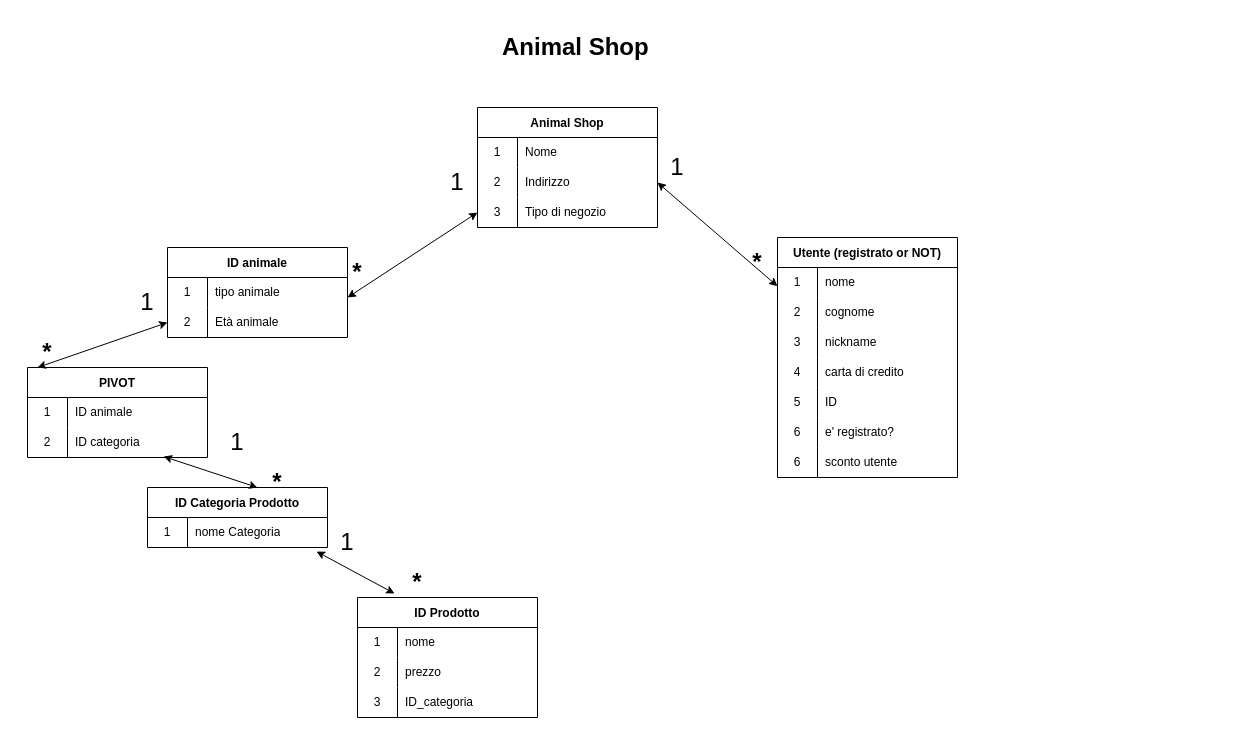
Before: diagram.drawio in GianfryGiovene/php-oop-2, a draw.io diagram. Source tidied: cells renumbered, new cells numbered last; positions are measured from the earlier drawing's top-left corner, leaving out a move shared by most shapes. Both pictures are drawn from the tidied source at 100%, with x=0, y=0 at pixel (17, 27).
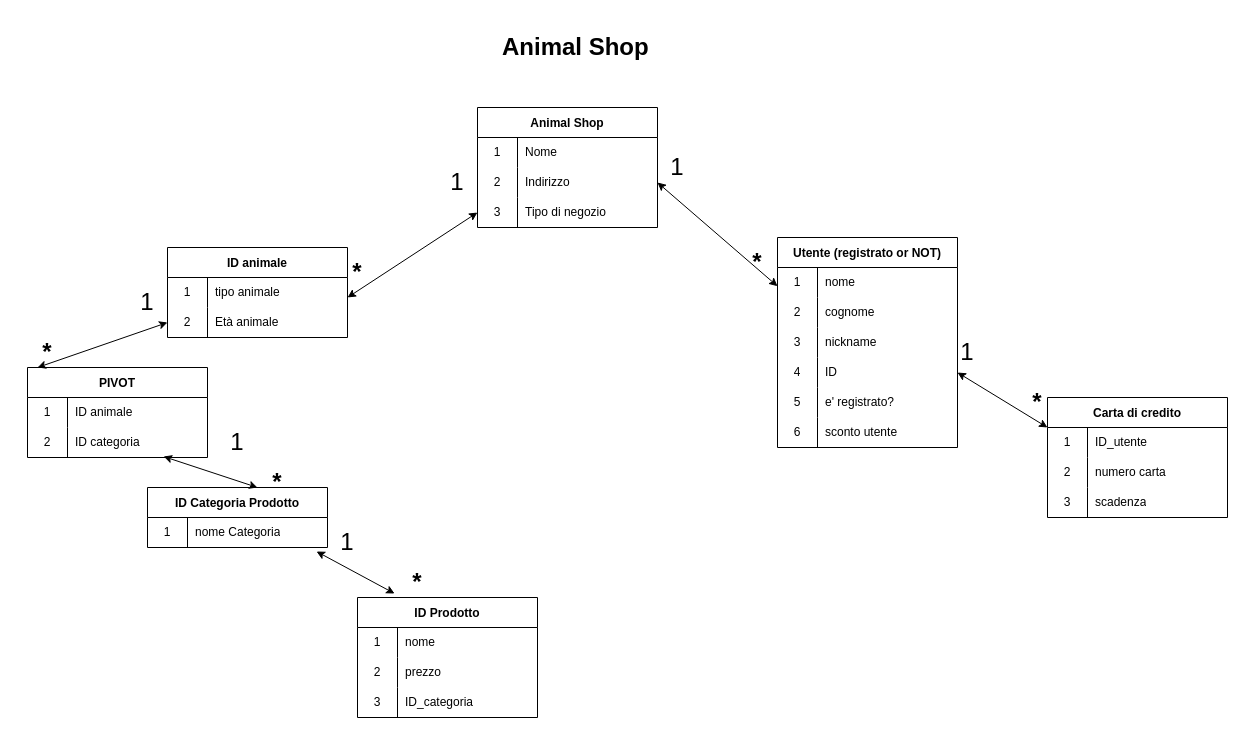
After the change.

Diff of the diagram source:
```diff
@@
     <mxCell id="18" value="Utente (registrato or NOT)" style="shape=table;startSize=30;childLayout=tableLayout;rowLines=0;fontStyle=1;" parent="1" vertex="1">
-      <mxGeometry x="760" y="210" width="180" height="240" as="geometry" />
+      <mxGeometry x="760" y="210" width="180" height="210" as="geometry" />
     </mxCell>
@@
-    <mxCell id="28" style="shape=tableRow;horizontal=0;startSize=0;swimlaneHead=0;swimlaneBody=0;top=0;left=0;bottom=0;right=0;fillColor=none;" parent="18" vertex="1">
-      <mxGeometry y="120" width="180" height="30" as="geometry" />
-    </mxCell>
-    <mxCell id="29" value="4" style="shape=partialRectangle;html=1;whiteSpace=wrap;fillColor=none;top=0;left=0;bottom=0;right=0;overflow=hidden;" parent="28" vertex="1">
-      <mxGeometry width="40" height="30" as="geometry" />
-    </mxCell>
-    <mxCell id="30" value="carta di credito" style="shape=partialRectangle;html=1;whiteSpace=wrap;fillColor=none;top=0;left=0;bottom=0;right=0;align=left;spacingLeft=6;overflow=hidden;" parent="28" vertex="1">
-      <mxGeometry x="40" width="140" height="30" as="geometry" />
-    </mxCell>
     <mxCell id="31" style="shape=tableRow;horizontal=0;startSize=0;swimlaneHead=0;swimlaneBody=0;top=0;left=0;bottom=0;right=0;fillColor=none;points=[[0,0.5],[1,0.5]];portConstraint=eastwest;" parent="18" vertex="1">
-      <mxGeometry y="150" width="180" height="30" as="geometry" />
+      <mxGeometry y="120" width="180" height="30" as="geometry" />
     </mxCell>
-    <mxCell id="32" value="5" style="shape=partialRectangle;html=1;whiteSpace=wrap;fillColor=none;top=0;left=0;bottom=0;right=0;overflow=hidden;" parent="31" vertex="1">
+    <mxCell id="32" value="4" style="shape=partialRectangle;html=1;whiteSpace=wrap;fillColor=none;top=0;left=0;bottom=0;right=0;overflow=hidden;" parent="31" vertex="1">
       <mxGeometry width="40" height="30" as="geometry" />
     </mxCell>
@@
     <mxCell id="34" style="shape=tableRow;horizontal=0;startSize=0;swimlaneHead=0;swimlaneBody=0;top=0;left=0;bottom=0;right=0;fillColor=none;" parent="18" vertex="1">
-      <mxGeometry y="180" width="180" height="30" as="geometry" />
+      <mxGeometry y="150" width="180" height="30" as="geometry" />
     </mxCell>
-    <mxCell id="35" value="6" style="shape=partialRectangle;html=1;whiteSpace=wrap;fillColor=none;top=0;left=0;bottom=0;right=0;overflow=hidden;" parent="34" vertex="1">
+    <mxCell id="35" value="5" style="shape=partialRectangle;html=1;whiteSpace=wrap;fillColor=none;top=0;left=0;bottom=0;right=0;overflow=hidden;" parent="34" vertex="1">
       <mxGeometry width="40" height="30" as="geometry" />
     </mxCell>
@@
     <mxCell id="37" style="shape=tableRow;horizontal=0;startSize=0;swimlaneHead=0;swimlaneBody=0;top=0;left=0;bottom=0;right=0;fillColor=none;" parent="18" vertex="1">
-      <mxGeometry y="210" width="180" height="30" as="geometry" />
+      <mxGeometry y="180" width="180" height="30" as="geometry" />
     </mxCell>
@@
+    <mxCell id="78" value="Carta di credito" style="shape=table;startSize=30;childLayout=tableLayout;rowLines=0;fontStyle=1;" parent="1" vertex="1">
+      <mxGeometry x="1030" y="370" width="180" height="120" as="geometry" />
+    </mxCell>
+    <mxCell id="79" style="shape=tableRow;horizontal=0;startSize=0;swimlaneHead=0;swimlaneBody=0;top=0;left=0;bottom=0;right=0;fillColor=none;" parent="78" vertex="1">
+      <mxGeometry y="30" width="180" height="30" as="geometry" />
+    </mxCell>
+    <mxCell id="80" value="1" style="shape=partialRectangle;html=1;whiteSpace=wrap;fillColor=none;top=0;left=0;bottom=0;right=0;overflow=hidden;" parent="79" vertex="1">
+      <mxGeometry width="40" height="30" as="geometry" />
+    </mxCell>
+    <mxCell id="81" value="ID_utente" style="shape=partialRectangle;html=1;whiteSpace=wrap;fillColor=none;top=0;left=0;bottom=0;right=0;align=left;spacingLeft=6;overflow=hidden;" parent="79" vertex="1">
+      <mxGeometry x="40" width="140" height="30" as="geometry" />
+    </mxCell>
+    <mxCell id="82" style="shape=tableRow;horizontal=0;startSize=0;swimlaneHead=0;swimlaneBody=0;top=0;left=0;bottom=0;right=0;fillColor=none;" parent="78" vertex="1">
+      <mxGeometry y="60" width="180" height="30" as="geometry" />
+    </mxCell>
+    <mxCell id="83" value="2" style="shape=partialRectangle;html=1;whiteSpace=wrap;fillColor=none;top=0;left=0;bottom=0;right=0;overflow=hidden;" parent="82" vertex="1">
+      <mxGeometry width="40" height="30" as="geometry" />
+    </mxCell>
+    <mxCell id="84" value="numero carta" style="shape=partialRectangle;html=1;whiteSpace=wrap;fillColor=none;top=0;left=0;bottom=0;right=0;align=left;spacingLeft=6;overflow=hidden;" parent="82" vertex="1">
+      <mxGeometry x="40" width="140" height="30" as="geometry" />
+    </mxCell>
+    <mxCell id="85" style="shape=tableRow;horizontal=0;startSize=0;swimlaneHead=0;swimlaneBody=0;top=0;left=0;bottom=0;right=0;fillColor=none;" parent="78" vertex="1">
+      <mxGeometry y="90" width="180" height="30" as="geometry" />
+    </mxCell>
+    <mxCell id="86" value="3" style="shape=partialRectangle;html=1;whiteSpace=wrap;fillColor=none;top=0;left=0;bottom=0;right=0;overflow=hidden;" parent="85" vertex="1">
+      <mxGeometry width="40" height="30" as="geometry" />
+    </mxCell>
+    <mxCell id="87" value="scadenza" style="shape=partialRectangle;html=1;whiteSpace=wrap;fillColor=none;top=0;left=0;bottom=0;right=0;align=left;spacingLeft=6;overflow=hidden;" parent="85" vertex="1">
+      <mxGeometry x="40" width="140" height="30" as="geometry" />
+    </mxCell>
+    <mxCell id="88" style="endArrow=classic;startArrow=classic;html=1;rounded=0;fontSize=24;entryX=1;entryY=0.5;entryDx=0;entryDy=0;" parent="1" edge="1" target="31">
+      <mxGeometry relative="1" as="geometry">
+        <mxPoint x="1030" y="400" as="sourcePoint" />
+      </mxGeometry>
+    </mxCell>
+    <mxCell id="89" value="&lt;font style=&quot;font-size: 24px;&quot;&gt;1&lt;/font&gt;" style="text;html=1;strokeColor=none;fillColor=none;align=center;verticalAlign=middle;whiteSpace=wrap;rounded=0;" parent="1" vertex="1">
+      <mxGeometry x="920" y="310" width="60" height="30" as="geometry" />
+    </mxCell>
+    <mxCell id="90" value="&lt;b&gt;&lt;font style=&quot;font-size: 24px;&quot;&gt;*&lt;/font&gt;&lt;/b&gt;" style="text;html=1;strokeColor=none;fillColor=none;align=center;verticalAlign=middle;whiteSpace=wrap;rounded=0;" parent="1" vertex="1">
+      <mxGeometry x="990" y="360" width="60" height="30" as="geometry" />
+    </mxCell>
```
